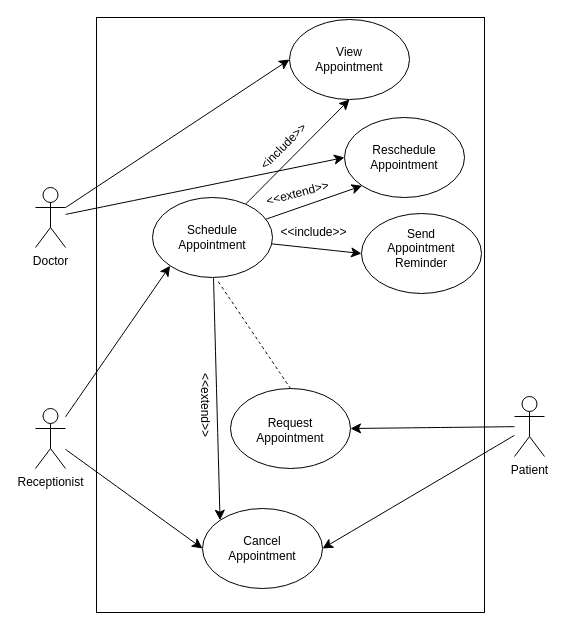
This is page "Page-3" (3 of 5) of UseCaseDiagram.drawio from samoc2023/WebFrameWorkTest, a draw.io file, before an edit. Source tidied: cells renumbered, new cells numbered last; positions are measured from the earlier drawing's top-left corner, leaving out a move shared by most shapes. Both pictures are drawn from the tidied source at 100%, with x=0, y=0 at pixel (35, 17).
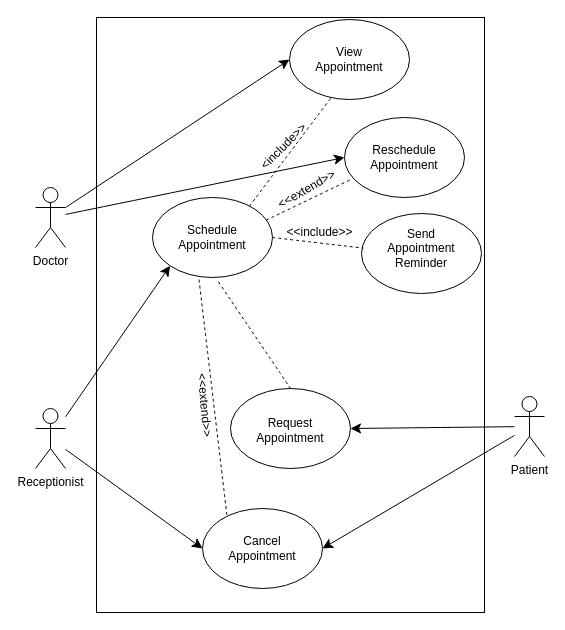
The same page after the edit.

The change refers to these unchanged cells:
```xml
<mxCell id="7" style="ellipse;whiteSpace=wrap;html=1;" parent="1" vertex="1">
  <mxGeometry x="117" y="180" width="120" height="80" as="geometry" />
</mxCell>
<mxCell id="17" style="ellipse;whiteSpace=wrap;html=1;" parent="1" vertex="1">
  <mxGeometry x="326" y="196" width="120" height="80" as="geometry" />
</mxCell>
<mxCell id="18" style="ellipse;whiteSpace=wrap;html=1;" parent="1" vertex="1">
  <mxGeometry x="167" y="491" width="120" height="80" as="geometry" />
</mxCell>
<mxCell id="19" style="ellipse;whiteSpace=wrap;html=1;" parent="1" vertex="1">
  <mxGeometry x="309" y="100" width="120" height="80" as="geometry" />
</mxCell>
<mxCell id="31" style="ellipse;whiteSpace=wrap;html=1;" parent="1" vertex="1">
  <mxGeometry x="254" y="2" width="120" height="80" as="geometry" />
</mxCell>
```

Change to the diagram source:
```diff
@@
-    <mxCell id="3" style="edgeStyle=none;curved=1;rounded=0;jettySize=auto;html=1;entryX=0;entryY=0.5;entryDx=0;entryDy=0;fontSize=12;startSize=8;endSize=8;" parent="1" edge="1" source="7" target="17">
-      <mxGeometry relative="1" as="geometry" />
-    </mxCell>
-    <mxCell id="4" style="edgeStyle=none;curved=1;rounded=0;jettySize=auto;html=1;entryX=0;entryY=1;entryDx=0;entryDy=0;fontSize=12;startSize=8;endSize=8;" parent="1" edge="1" source="7" target="19">
-      <mxGeometry relative="1" as="geometry" />
-    </mxCell>
-    <mxCell id="5" style="edgeStyle=none;curved=1;rounded=0;jettySize=auto;html=1;entryX=0;entryY=0;entryDx=0;entryDy=0;fontSize=12;startSize=8;endSize=8;" parent="1" edge="1" source="7" target="18">
-      <mxGeometry relative="1" as="geometry" />
-    </mxCell>
-    <mxCell id="6" style="edgeStyle=none;curved=1;rounded=0;jettySize=auto;html=1;entryX=0.5;entryY=1;entryDx=0;entryDy=0;fontSize=12;startSize=8;endSize=8;" parent="1" edge="1" source="7" target="31">
-      <mxGeometry relative="1" as="geometry" />
-    </mxCell>
@@
     <mxCell id="24" value="&amp;lt;&amp;lt;include&amp;gt;&amp;gt;" style="text;html=1;align=center;verticalAlign=middle;whiteSpace=wrap;rounded=0;" parent="1" vertex="1">
-      <mxGeometry x="248" y="200" width="61" height="30" as="geometry" />
+      <mxGeometry x="254" y="200" width="61" height="30" as="geometry" />
     </mxCell>
-    <mxCell id="25" value="&amp;lt;&amp;lt;extend&amp;gt;&amp;gt;" style="text;html=1;align=center;verticalAlign=middle;whiteSpace=wrap;rounded=0;rotation=-15;" parent="1" vertex="1">
-      <mxGeometry x="232" y="161" width="61" height="30" as="geometry" />
+    <mxCell id="25" value="&amp;lt;&amp;lt;extend&amp;gt;&amp;gt;" style="text;html=1;align=center;verticalAlign=middle;whiteSpace=wrap;rounded=0;rotation=-30;" parent="1" vertex="1">
+      <mxGeometry x="241" y="157" width="61" height="30" as="geometry" />
     </mxCell>
@@
-    <mxCell id="29" value="&amp;lt;&amp;lt;extend&amp;gt;&amp;gt;" style="text;html=1;align=center;verticalAlign=middle;whiteSpace=wrap;rounded=0;rotation=90;" parent="1" vertex="1">
+    <mxCell id="29" value="&amp;lt;&amp;lt;extend&amp;gt;&amp;gt;" style="text;html=1;align=center;verticalAlign=middle;whiteSpace=wrap;rounded=0;rotation=85;" parent="1" vertex="1">
       <mxGeometry x="139" y="373" width="61" height="30" as="geometry" />
     </mxCell>
@@
+    <mxCell id="6" style="endArrow=none;dashed=1;html=1;rounded=0;fontSize=12;startSize=8;endSize=8;curved=1;entryX=0.344;entryY=0.983;entryDx=0;entryDy=0;entryPerimeter=0;exitX=0.808;exitY=0.108;exitDx=0;exitDy=0;exitPerimeter=0;" parent="1" edge="1" source="7" target="31">
+      <mxGeometry relative="1" as="geometry" />
+    </mxCell>
+    <mxCell id="4" style="endArrow=none;dashed=1;html=1;rounded=0;fontSize=12;startSize=8;endSize=8;curved=1;exitX=0.947;exitY=0.283;exitDx=0;exitDy=0;exitPerimeter=0;entryX=0.064;entryY=0.767;entryDx=0;entryDy=0;entryPerimeter=0;" parent="1" edge="1" source="7" target="19">
+      <mxGeometry relative="1" as="geometry" />
+    </mxCell>
+    <mxCell id="3" style="endArrow=none;dashed=1;html=1;rounded=0;fontSize=12;startSize=8;endSize=8;curved=1;entryX=0.017;entryY=0.433;entryDx=0;entryDy=0;entryPerimeter=0;exitX=1;exitY=0.5;exitDx=0;exitDy=0;" parent="1" edge="1" source="7" target="17">
+      <mxGeometry relative="1" as="geometry" />
+    </mxCell>
+    <mxCell id="35" style="endArrow=none;dashed=1;html=1;rounded=0;fontSize=12;startSize=8;endSize=8;curved=1;exitX=0.203;exitY=0.079;exitDx=0;exitDy=0;exitPerimeter=0;entryX=0.386;entryY=1.008;entryDx=0;entryDy=0;entryPerimeter=0;" parent="1" edge="1" source="18" target="7">
+      <mxGeometry relative="1" as="geometry" />
+    </mxCell>
```
